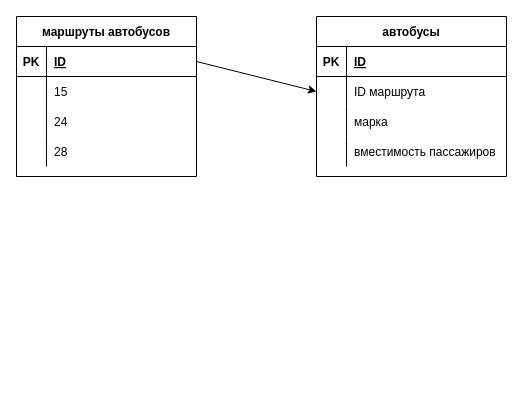
Earlier version of the draw.io diagram Home_work_6.1/tables.drawio (Sayberix/Home_work_6.1). Source tidied: cells renumbered, new cells numbered last; positions are measured from the earlier drawing's top-left corner, leaving out a move shared by most shapes. Both pictures are drawn from the tidied source at 100%, with x=0, y=0 at pixel (16, 16).
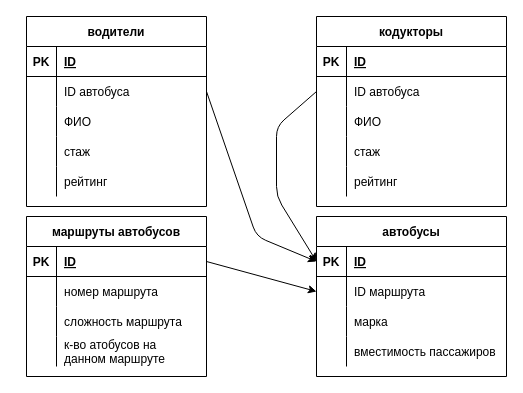
Above is the later version.

Commit message:
добавил таблицы - водители и кондукторы, связал все таблицы. Задание готово!

Unchanged cells that the change refers to:
```xml
<mxCell id="6" style="shape=partialRectangle;fillColor=none;top=0;left=0;bottom=0;right=0;" parent="2" vertex="1">
  <mxGeometry y="60" width="180" height="30" as="geometry" />
</mxCell>
<mxCell id="9" style="shape=partialRectangle;fillColor=none;top=0;left=0;bottom=0;right=0;" parent="2" vertex="1">
  <mxGeometry y="90" width="180" height="30" as="geometry" />
</mxCell>
<mxCell id="12" style="shape=partialRectangle;fillColor=none;top=0;left=0;bottom=0;right=0;" parent="2" vertex="1">
  <mxGeometry y="120" width="180" height="30" as="geometry" />
</mxCell>
<mxCell id="16" style="shape=partialRectangle;fillColor=none;top=0;left=0;bottom=1;right=0;points=[[0,0.5],[1,0.5]];portConstraint=eastwest;" parent="15" vertex="1">
  <mxGeometry y="30" width="190" height="30" as="geometry" />
</mxCell>
```

Diff of the diagram source:
```diff
@@
     <mxCell id="2" value="маршруты автобусов" style="shape=table;startSize=30;childLayout=tableLayout;rowLines=0;fontStyle=1;align=center;" parent="1" vertex="1">
-      <mxGeometry width="180" height="160" as="geometry" />
+      <mxGeometry x="10" y="200" width="180" height="160" as="geometry" />
     </mxCell>
@@
-    <mxCell id="8" value="15" style="shape=partialRectangle;fillColor=none;top=0;left=0;bottom=0;right=0;align=left;spacingLeft=6;overflow=hidden;" parent="6" vertex="1">
+    <mxCell id="8" value="номер маршрута" style="shape=partialRectangle;fillColor=none;top=0;left=0;bottom=0;right=0;align=left;spacingLeft=6;overflow=hidden;" parent="6" vertex="1">
       <mxGeometry x="30" width="150" height="30" as="geometry" />
     </mxCell>
@@
-    <mxCell id="11" value="24" style="shape=partialRectangle;fillColor=none;top=0;left=0;bottom=0;right=0;align=left;spacingLeft=6;overflow=hidden;" parent="9" vertex="1">
+    <mxCell id="11" value="сложность маршрута" style="shape=partialRectangle;fillColor=none;top=0;left=0;bottom=0;right=0;align=left;spacingLeft=6;overflow=hidden;" parent="9" vertex="1">
       <mxGeometry x="30" width="150" height="30" as="geometry" />
     </mxCell>
@@
-    <mxCell id="14" value="28" style="shape=partialRectangle;fillColor=none;top=0;left=0;bottom=0;right=0;align=left;spacingLeft=6;overflow=hidden;" parent="12" vertex="1">
+    <mxCell id="14" value="к-во атобусов на&#10;данном маршруте" style="shape=partialRectangle;fillColor=none;top=0;left=0;bottom=0;right=0;align=left;spacingLeft=6;overflow=hidden;" parent="12" vertex="1">
       <mxGeometry x="30" width="150" height="30" as="geometry" />
     </mxCell>
     <mxCell id="15" value="автобусы" style="shape=table;startSize=30;childLayout=tableLayout;rowLines=0;fontStyle=1;align=center;" parent="1" vertex="1">
-      <mxGeometry x="300" width="190" height="160" as="geometry" />
+      <mxGeometry x="300" y="200" width="190" height="160" as="geometry" />
     </mxCell>
@@
+    <mxCell id="29" value="водители" style="shape=table;startSize=30;childLayout=tableLayout;rowLines=0;fontStyle=1;align=center;" parent="1" vertex="1">
+      <mxGeometry x="10" width="180" height="190" as="geometry" />
+    </mxCell>
+    <mxCell id="30" style="shape=partialRectangle;fillColor=none;top=0;left=0;bottom=1;right=0;" parent="29" vertex="1">
+      <mxGeometry y="30" width="180" height="30" as="geometry" />
+    </mxCell>
+    <mxCell id="31" value="PK" style="shape=partialRectangle;fillColor=none;top=0;left=0;bottom=0;right=0;fontStyle=1;overflow=hidden;" parent="30" vertex="1">
+      <mxGeometry width="30" height="30" as="geometry" />
+    </mxCell>
+    <mxCell id="32" value="ID" style="shape=partialRectangle;fillColor=none;top=0;left=0;bottom=0;right=0;align=left;spacingLeft=6;fontStyle=5;overflow=hidden;" parent="30" vertex="1">
+      <mxGeometry x="30" width="150" height="30" as="geometry" />
+    </mxCell>
+    <mxCell id="33" style="shape=partialRectangle;fillColor=none;top=0;left=0;bottom=0;right=0;points=[[0,0.5],[1,0.5]];portConstraint=eastwest;" parent="29" vertex="1">
+      <mxGeometry y="60" width="180" height="30" as="geometry" />
+    </mxCell>
+    <mxCell id="34" style="shape=partialRectangle;fillColor=none;top=0;left=0;bottom=0;right=0;overflow=hidden;" parent="33" vertex="1">
+      <mxGeometry width="30" height="30" as="geometry" />
+    </mxCell>
+    <mxCell id="35" value="ID автобуса" style="shape=partialRectangle;fillColor=none;top=0;left=0;bottom=0;right=0;align=left;spacingLeft=6;overflow=hidden;" parent="33" vertex="1">
+      <mxGeometry x="30" width="150" height="30" as="geometry" />
+    </mxCell>
+    <mxCell id="36" style="shape=partialRectangle;fillColor=none;top=0;left=0;bottom=0;right=0;" parent="29" vertex="1">
+      <mxGeometry y="90" width="180" height="30" as="geometry" />
+    </mxCell>
+    <mxCell id="37" style="shape=partialRectangle;fillColor=none;top=0;left=0;bottom=0;right=0;overflow=hidden;" parent="36" vertex="1">
+      <mxGeometry width="30" height="30" as="geometry" />
+    </mxCell>
+    <mxCell id="38" value="ФИО" style="shape=partialRectangle;fillColor=none;top=0;left=0;bottom=0;right=0;align=left;spacingLeft=6;overflow=hidden;" parent="36" vertex="1">
+      <mxGeometry x="30" width="150" height="30" as="geometry" />
+    </mxCell>
+    <mxCell id="39" style="shape=partialRectangle;fillColor=none;top=0;left=0;bottom=0;right=0;" parent="29" vertex="1">
+      <mxGeometry y="120" width="180" height="30" as="geometry" />
+    </mxCell>
+    <mxCell id="40" style="shape=partialRectangle;fillColor=none;top=0;left=0;bottom=0;right=0;overflow=hidden;" parent="39" vertex="1">
+      <mxGeometry width="30" height="30" as="geometry" />
+    </mxCell>
+    <mxCell id="41" value="стаж" style="shape=partialRectangle;fillColor=none;top=0;left=0;bottom=0;right=0;align=left;spacingLeft=6;overflow=hidden;" parent="39" vertex="1">
+      <mxGeometry x="30" width="150" height="30" as="geometry" />
+    </mxCell>
+    <mxCell id="42" style="shape=partialRectangle;fillColor=none;top=0;left=0;bottom=0;right=0;" parent="29" vertex="1">
+      <mxGeometry y="150" width="180" height="30" as="geometry" />
+    </mxCell>
+    <mxCell id="43" style="shape=partialRectangle;fillColor=none;top=0;left=0;bottom=0;right=0;overflow=hidden;" parent="42" vertex="1">
+      <mxGeometry width="30" height="30" as="geometry" />
+    </mxCell>
+    <mxCell id="44" value="рейтинг" style="shape=partialRectangle;fillColor=none;top=0;left=0;bottom=0;right=0;align=left;spacingLeft=6;overflow=hidden;" parent="42" vertex="1">
+      <mxGeometry x="30" width="150" height="30" as="geometry" />
+    </mxCell>
+    <mxCell id="45" value="кодукторы" style="shape=table;startSize=30;childLayout=tableLayout;rowLines=0;fontStyle=1;align=center;" parent="1" vertex="1">
+      <mxGeometry x="300" width="190" height="190" as="geometry" />
+    </mxCell>
+    <mxCell id="46" style="shape=partialRectangle;fillColor=none;top=0;left=0;bottom=1;right=0;" parent="45" vertex="1">
+      <mxGeometry y="30" width="190" height="30" as="geometry" />
+    </mxCell>
+    <mxCell id="47" value="PK" style="shape=partialRectangle;fillColor=none;top=0;left=0;bottom=0;right=0;fontStyle=1;overflow=hidden;" parent="46" vertex="1">
+      <mxGeometry width="30" height="30" as="geometry" />
+    </mxCell>
+    <mxCell id="48" value="ID" style="shape=partialRectangle;fillColor=none;top=0;left=0;bottom=0;right=0;align=left;spacingLeft=6;fontStyle=5;overflow=hidden;" parent="46" vertex="1">
+      <mxGeometry x="30" width="160" height="30" as="geometry" />
+    </mxCell>
+    <mxCell id="49" style="shape=partialRectangle;fillColor=none;top=0;left=0;bottom=0;right=0;points=[[0,0.5],[1,0.5]];portConstraint=eastwest;" parent="45" vertex="1">
+      <mxGeometry y="60" width="190" height="30" as="geometry" />
+    </mxCell>
+    <mxCell id="50" style="shape=partialRectangle;fillColor=none;top=0;left=0;bottom=0;right=0;overflow=hidden;" parent="49" vertex="1">
+      <mxGeometry width="30" height="30" as="geometry" />
+    </mxCell>
+    <mxCell id="51" value="ID автобуса" style="shape=partialRectangle;fillColor=none;top=0;left=0;bottom=0;right=0;align=left;spacingLeft=6;overflow=hidden;" parent="49" vertex="1">
+      <mxGeometry x="30" width="160" height="30" as="geometry" />
+    </mxCell>
+    <mxCell id="52" style="shape=partialRectangle;fillColor=none;top=0;left=0;bottom=0;right=0;" parent="45" vertex="1">
+      <mxGeometry y="90" width="190" height="30" as="geometry" />
+    </mxCell>
+    <mxCell id="53" style="shape=partialRectangle;fillColor=none;top=0;left=0;bottom=0;right=0;overflow=hidden;" parent="52" vertex="1">
+      <mxGeometry width="30" height="30" as="geometry" />
+    </mxCell>
+    <mxCell id="54" value="ФИО" style="shape=partialRectangle;fillColor=none;top=0;left=0;bottom=0;right=0;align=left;spacingLeft=6;overflow=hidden;" parent="52" vertex="1">
+      <mxGeometry x="30" width="160" height="30" as="geometry" />
+    </mxCell>
+    <mxCell id="55" style="shape=partialRectangle;fillColor=none;top=0;left=0;bottom=0;right=0;" parent="45" vertex="1">
+      <mxGeometry y="120" width="190" height="30" as="geometry" />
+    </mxCell>
+    <mxCell id="56" style="shape=partialRectangle;fillColor=none;top=0;left=0;bottom=0;right=0;overflow=hidden;" parent="55" vertex="1">
+      <mxGeometry width="30" height="30" as="geometry" />
+    </mxCell>
+    <mxCell id="57" value="стаж" style="shape=partialRectangle;fillColor=none;top=0;left=0;bottom=0;right=0;align=left;spacingLeft=6;overflow=hidden;" parent="55" vertex="1">
+      <mxGeometry x="30" width="160" height="30" as="geometry" />
+    </mxCell>
+    <mxCell id="58" style="shape=partialRectangle;fillColor=none;top=0;left=0;bottom=0;right=0;" parent="45" vertex="1">
+      <mxGeometry y="150" width="190" height="30" as="geometry" />
+    </mxCell>
+    <mxCell id="59" style="shape=partialRectangle;fillColor=none;top=0;left=0;bottom=0;right=0;overflow=hidden;" parent="58" vertex="1">
+      <mxGeometry width="30" height="30" as="geometry" />
+    </mxCell>
+    <mxCell id="60" value="рейтинг" style="shape=partialRectangle;fillColor=none;top=0;left=0;bottom=0;right=0;align=left;spacingLeft=6;overflow=hidden;" parent="58" vertex="1">
+      <mxGeometry x="30" width="160" height="30" as="geometry" />
+    </mxCell>
+    <mxCell id="61" style="edgeStyle=none;html=1;exitX=1;exitY=0.5;exitDx=0;exitDy=0;entryX=0;entryY=0.5;entryDx=0;entryDy=0;" parent="1" edge="1" source="33" target="16">
+      <mxGeometry relative="1" as="geometry">
+        <Array as="points">
+          <mxPoint x="240" y="220" />
+        </Array>
+      </mxGeometry>
+    </mxCell>
+    <mxCell id="62" style="edgeStyle=none;html=1;exitX=0;exitY=0.5;exitDx=0;exitDy=0;entryX=0;entryY=0.5;entryDx=0;entryDy=0;" parent="1" edge="1" source="49" target="16">
+      <mxGeometry relative="1" as="geometry">
+        <Array as="points">
+          <mxPoint x="260" y="110" />
+          <mxPoint x="260" y="180" />
+        </Array>
+      </mxGeometry>
+    </mxCell>
```
